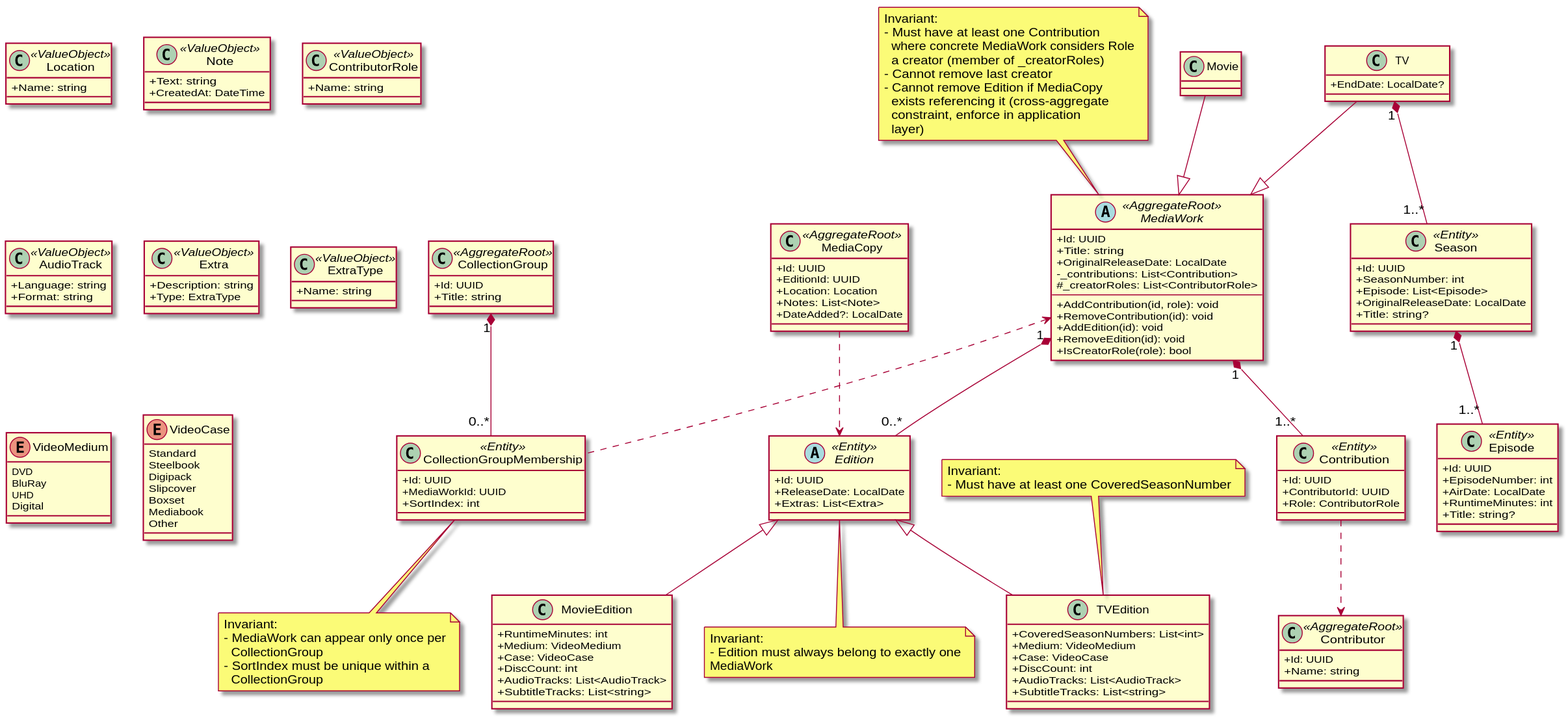
yantue/colleq keeps this PlantUML diagram as docs/diagrams/domain/domain-all.svg. Above is the earlier version.
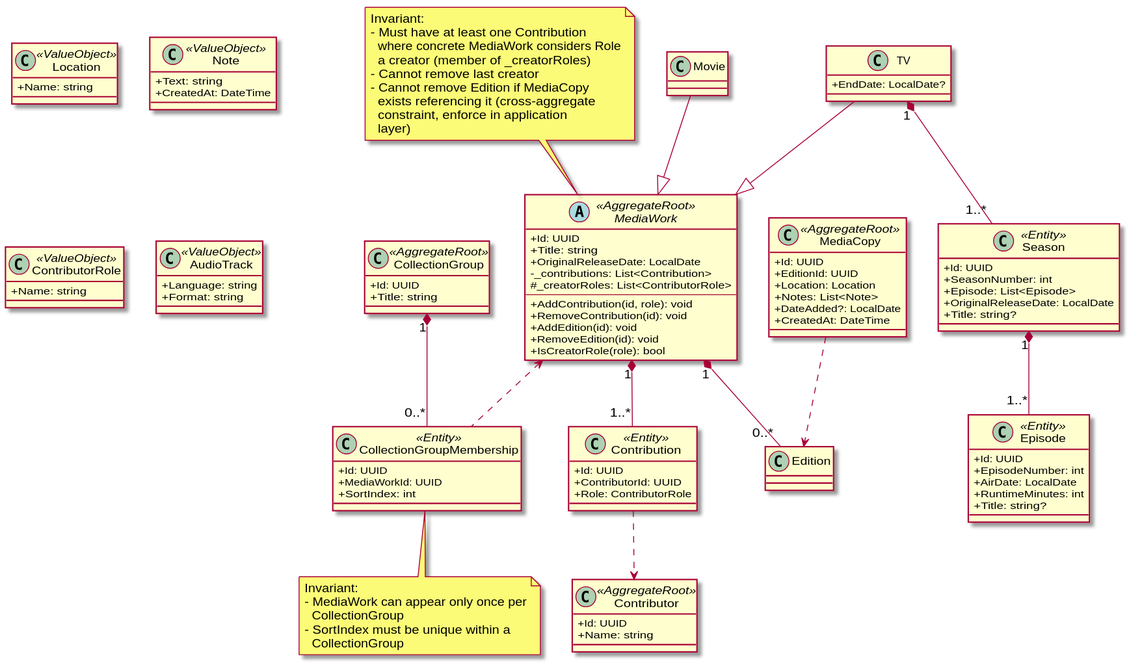
After the commit.

Diff of the diagram source:
```diff
@@ -39,6 +39,7 @@
     +Location: Location
     +Notes: List<Note>
     +DateAdded?: LocalDate
+    +CreatedAt: DateTime
 }
 
 class Location <<ValueObject>> {
@@ -78,20 +79,6 @@
   layer)
 end note
 
-abstract class Edition <<Entity>> {
-    +Id: UUID
-    +ReleaseDate: LocalDate
-    +Extras: List<Extra>
-}
-
-note bottom of Edition
-Invariant:
-- Edition must always belong to exactly one
-MediaWork
-end note
-
-MediaWork "1" *-- "0..*" Edition
-
 class Contribution <<Entity>> {
     +Id: UUID
     +ContributorId: UUID
@@ -108,38 +95,11 @@
 
 Movie --|> MediaWork
 
-class MovieEdition {
-    +RuntimeMinutes: int
-    +Medium: VideoMedium
-    +Case: VideoCase
-    +DiscCount: int
-    +AudioTracks: List<AudioTrack>
-    +SubtitleTracks: List<string>
-}
-
-Edition <|-- MovieEdition
-
 class TV {
     +EndDate: LocalDate?
 }
 
 TV --|> MediaWork
-
-class TVEdition {
-    +CoveredSeasonNumbers: List<int>
-    +Medium: VideoMedium
-    +Case: VideoCase
-    +DiscCount: int
-    +AudioTracks: List<AudioTrack>
-    +SubtitleTracks: List<string>
-}
-
-Edition <|-- TVEdition
-
-note top of TVEdition
-Invariant:
-- Must have at least one CoveredSeasonNumber
-end note
 
 class Season <<Entity>> {
     +Id: UUID
@@ -165,32 +125,6 @@
     +Format: string
 }
 
-class Extra <<ValueObject>> {
-    +Description: string
-    +Type: ExtraType
-}
-
-class ExtraType <<ValueObject>> {
-    +Name: string
-}
-
-enum VideoMedium {
-    DVD
-    BluRay
-    UHD
-    Digital
-}
-
-enum VideoCase {
-    Standard
-    Steelbook
-    Digipack
-    Slipcover
-    Boxset
-    Mediabook
-    Other
-}
-
 
 Contribution ..> Contributor
 
@@ -198,4 +132,6 @@
 
 MediaCopy ..> Edition
 
+MediaWork "1" *-- "0..*" Edition
+
 @enduml
```
